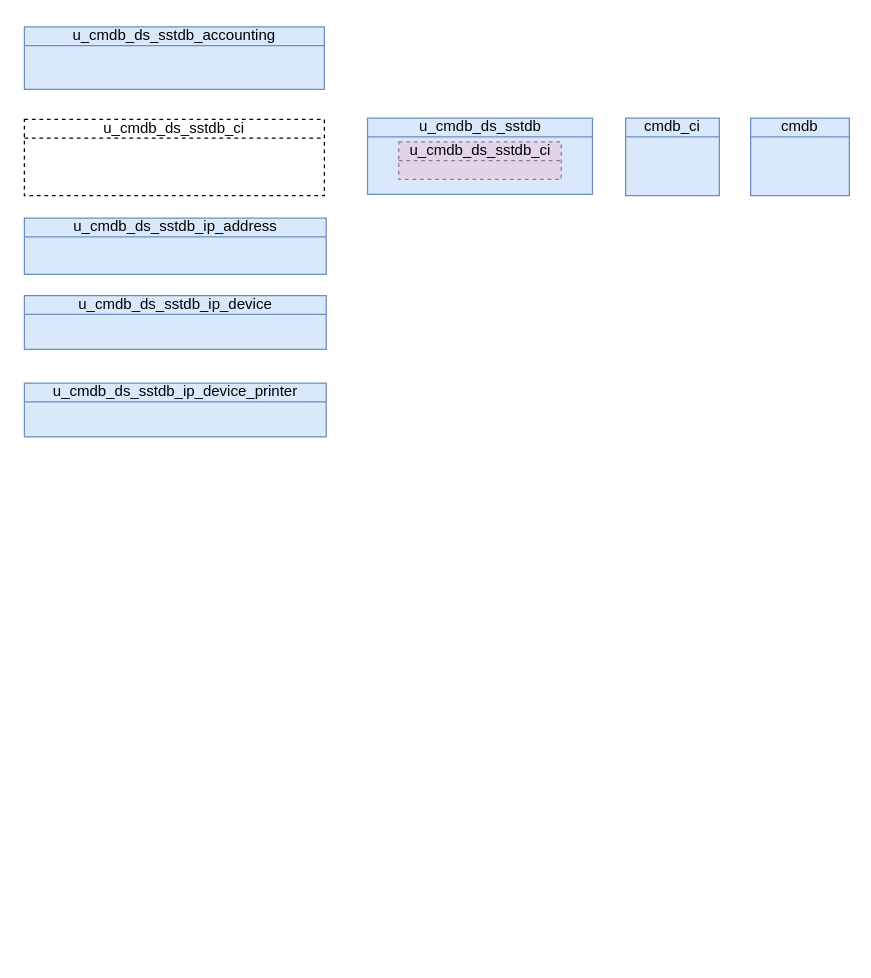
The draw.io diagram page "Vision_CI" (16 of 20) of DBsErdV2.drawio in algimas/tmp, before the edit. Source tidied: cells renumbered, new cells numbered last; positions are measured from the earlier drawing's top-left corner, leaving out a move shared by most shapes. Both pictures are drawn from the tidied source at 125%, with x=0, y=0 at pixel (24, 26).
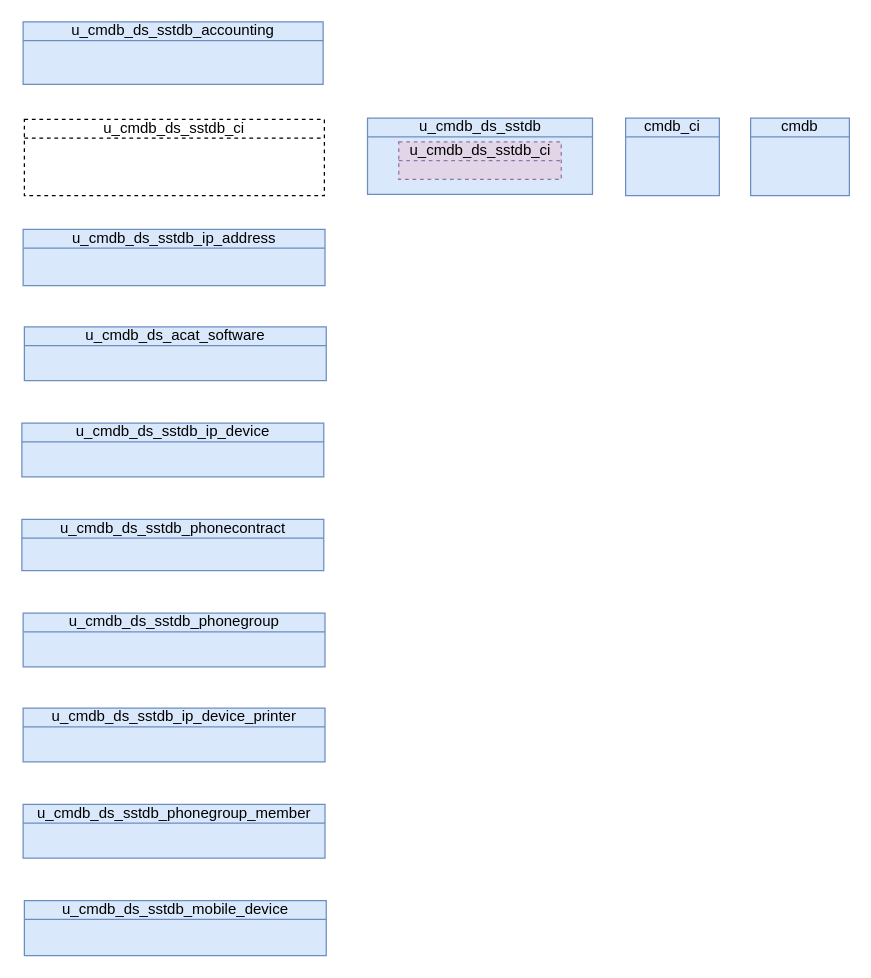
The same page after the edit.

What changed in the source:
```diff
@@
 <mxGraphModel>
   <root>
     <mxCell id="0" />
     <mxCell id="1" parent="0" />
     <mxCell id="2" value="u_cmdb_ds_sstdb" style="html=1;whiteSpace=wrap;fillColor=#dae8fc;shape=mxgraph.archimate3.businessObject;overflow=fill;strokeColor=#6c8ebf;" parent="1" vertex="1">
       <mxGeometry x="274.5" y="73" width="180" height="61" as="geometry" />
     </mxCell>
     <mxCell id="3" value="u_cmdb_ds_sstdb_ci" style="html=1;whiteSpace=wrap;fillColor=#e1d5e7;shape=mxgraph.archimate3.businessObject;overflow=fill;strokeColor=#9673a6;dashed=1;" parent="1" vertex="1">
       <mxGeometry x="299.5" y="92" width="130" height="30" as="geometry" />
     </mxCell>
     <mxCell id="4" value="cmdb_ci" style="html=1;whiteSpace=wrap;fillColor=#dae8fc;shape=mxgraph.archimate3.businessObject;overflow=fill;strokeColor=#6c8ebf;" parent="1" vertex="1">
       <mxGeometry x="481" y="73" width="75" height="62" as="geometry" />
     </mxCell>
     <mxCell id="5" value="u_cmdb_ds_sstdb_ci" style="html=1;whiteSpace=wrap;shape=mxgraph.archimate3.businessObject;overflow=fill;dashed=1;" parent="1" vertex="1">
       <mxGeometry y="74" width="240" height="61" as="geometry" />
     </mxCell>
     <mxCell id="6" value="cmdb" style="html=1;whiteSpace=wrap;fillColor=#dae8fc;shape=mxgraph.archimate3.businessObject;overflow=fill;strokeColor=#6c8ebf;" parent="1" vertex="1">
       <mxGeometry x="581" y="73" width="79" height="62" as="geometry" />
     </mxCell>
+    <mxCell id="10" value="u_cmdb_ds_sstdb_accounting" style="html=1;whiteSpace=wrap;fillColor=#dae8fc;shape=mxgraph.archimate3.businessObject;overflow=fill;strokeColor=#6c8ebf;fontStyle=0;" parent="1" vertex="1">
+      <mxGeometry x="-1" y="-4" width="240" height="50" as="geometry" />
+    </mxCell>
     <mxCell id="7" value="u_cmdb_ds_sstdb_ip_device" style="html=1;whiteSpace=wrap;fillColor=#dae8fc;shape=mxgraph.archimate3.businessObject;overflow=fill;strokeColor=#6c8ebf;" parent="1" vertex="1">
-      <mxGeometry y="215" width="241.5" height="43" as="geometry" />
+      <mxGeometry x="-2" y="317" width="241.5" height="43" as="geometry" />
     </mxCell>
+    <mxCell id="11" value="u_cmdb_ds_sstdb_phonecontract" style="html=1;whiteSpace=wrap;fillColor=#dae8fc;shape=mxgraph.archimate3.businessObject;overflow=fill;strokeColor=#6c8ebf;" parent="1" vertex="1">
+      <mxGeometry x="-2" y="394" width="241.5" height="41" as="geometry" />
+    </mxCell>
+    <mxCell id="12" value="u_cmdb_ds_sstdb_phonegroup" style="html=1;whiteSpace=wrap;fillColor=#dae8fc;shape=mxgraph.archimate3.businessObject;overflow=fill;strokeColor=#6c8ebf;" parent="1" vertex="1">
+      <mxGeometry x="-1" y="469" width="241.5" height="43" as="geometry" />
+    </mxCell>
     <mxCell id="8" value="u_cmdb_ds_sstdb_ip_address" style="html=1;whiteSpace=wrap;fillColor=#dae8fc;shape=mxgraph.archimate3.businessObject;overflow=fill;strokeColor=#6c8ebf;fontStyle=0;" parent="1" vertex="1">
-      <mxGeometry y="153" width="241.5" height="45" as="geometry" />
+      <mxGeometry x="-1" y="162" width="241.5" height="45" as="geometry" />
     </mxCell>
     <mxCell id="9" value="u_cmdb_ds_sstdb_ip_device_printer" style="html=1;whiteSpace=wrap;fillColor=#dae8fc;shape=mxgraph.archimate3.businessObject;overflow=fill;strokeColor=#6c8ebf;" parent="1" vertex="1">
-      <mxGeometry y="285" width="241.5" height="43" as="geometry" />
+      <mxGeometry x="-1" y="545" width="241.5" height="43" as="geometry" />
     </mxCell>
-    <mxCell id="10" value="u_cmdb_ds_sstdb_accounting" style="html=1;whiteSpace=wrap;fillColor=#dae8fc;shape=mxgraph.archimate3.businessObject;overflow=fill;strokeColor=#6c8ebf;fontStyle=0;" parent="1" vertex="1">
-      <mxGeometry width="240" height="50" as="geometry" />
-    </mxCell>
+    <mxCell id="13" value="u_cmdb_ds_sstdb_phonegroup_member" style="html=1;whiteSpace=wrap;fillColor=#dae8fc;shape=mxgraph.archimate3.businessObject;overflow=fill;strokeColor=#6c8ebf;" parent="1" vertex="1">
+      <mxGeometry x="-1" y="622" width="241.5" height="43" as="geometry" />
+    </mxCell>
+    <mxCell id="14" value="u_cmdb_ds_sstdb_mobile_device" style="html=1;whiteSpace=wrap;fillColor=#dae8fc;shape=mxgraph.archimate3.businessObject;overflow=fill;strokeColor=#6c8ebf;" parent="1" vertex="1">
+      <mxGeometry y="699" width="241.5" height="44" as="geometry" />
+    </mxCell>
+    <mxCell id="15" value="u_cmdb_ds_acat_software" style="html=1;whiteSpace=wrap;fillColor=#dae8fc;shape=mxgraph.archimate3.businessObject;overflow=fill;strokeColor=#6c8ebf;fontStyle=0;" parent="1" vertex="1">
+      <mxGeometry y="240" width="241.5" height="43" as="geometry" />
+    </mxCell>
   </root>
 </mxGraphModel>
```
